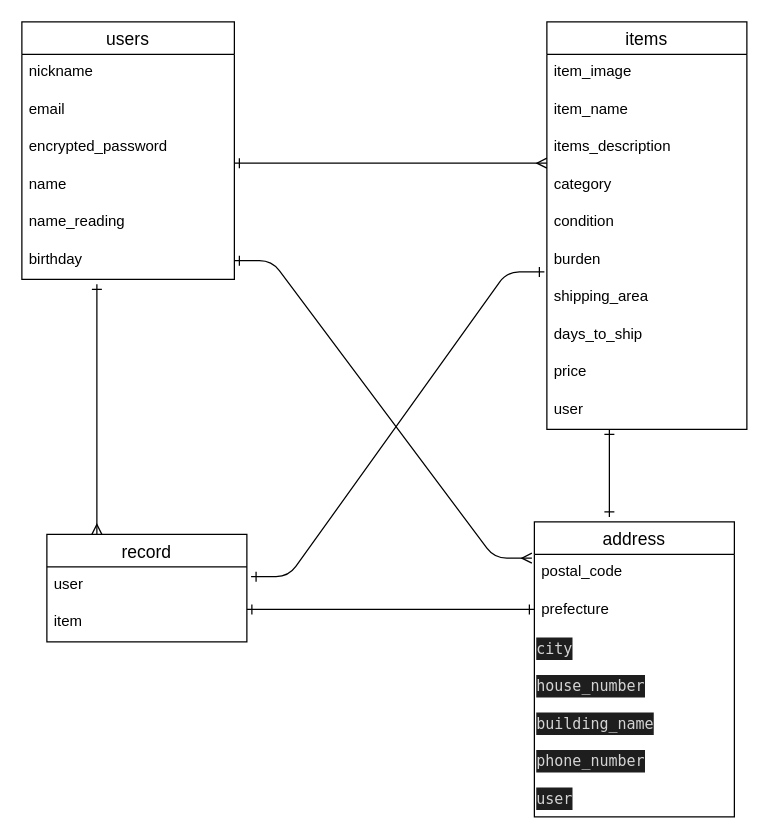
Before: furima.dio in corhydrae7bd/furima-35857, a draw.io diagram. Source tidied: cells renumbered, new cells numbered last; positions are measured from the earlier drawing's top-left corner, leaving out a move shared by most shapes. Both pictures are drawn from the tidied source at 125%, with x=0, y=0 at pixel (21, 21).
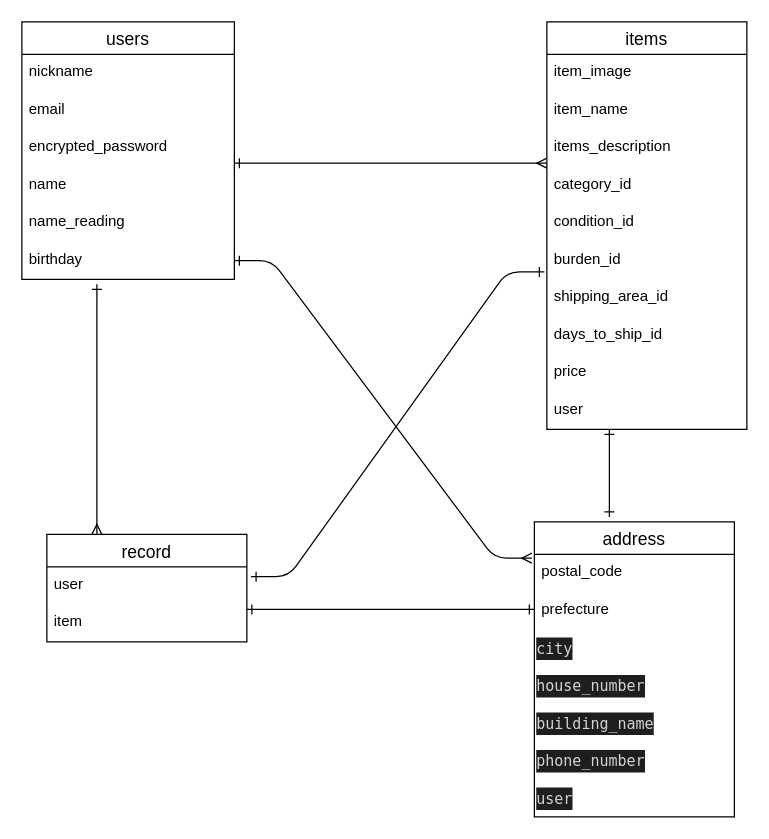
After the change.

Commit message (it also covers changes not shown here):
DB設計の修正

The change refers to these unchanged cells:
```xml
<mxCell id="9" value="items" style="swimlane;fontStyle=0;horizontal=1;startSize=26;align=center;fontSize=14;" parent="1" vertex="1">
  <mxGeometry x="420" width="160" height="326" as="geometry" />
</mxCell>
```

The edit, as a diff of the source:
```diff
@@
-    <mxCell id="13" value="category" style="text;strokeColor=none;fillColor=none;spacingLeft=4;spacingRight=4;overflow=hidden;fontSize=12;" parent="9" vertex="1">
+    <mxCell id="13" value="category_id" style="text;strokeColor=none;fillColor=none;spacingLeft=4;spacingRight=4;overflow=hidden;fontSize=12;" parent="9" vertex="1">
       <mxGeometry y="116" width="160" height="30" as="geometry" />
     </mxCell>
-    <mxCell id="14" value="condition" style="text;strokeColor=none;fillColor=none;spacingLeft=4;spacingRight=4;overflow=hidden;fontSize=12;" parent="9" vertex="1">
+    <mxCell id="14" value="condition_id" style="text;strokeColor=none;fillColor=none;spacingLeft=4;spacingRight=4;overflow=hidden;fontSize=12;" parent="9" vertex="1">
       <mxGeometry y="146" width="160" height="30" as="geometry" />
     </mxCell>
-    <mxCell id="15" value="burden" style="text;strokeColor=none;fillColor=none;spacingLeft=4;spacingRight=4;overflow=hidden;fontSize=12;" parent="9" vertex="1">
+    <mxCell id="15" value="burden_id" style="text;strokeColor=none;fillColor=none;spacingLeft=4;spacingRight=4;overflow=hidden;fontSize=12;" parent="9" vertex="1">
       <mxGeometry y="176" width="160" height="30" as="geometry" />
     </mxCell>
-    <mxCell id="16" value="shipping_area" style="text;strokeColor=none;fillColor=none;spacingLeft=4;spacingRight=4;overflow=hidden;fontSize=12;" parent="9" vertex="1">
+    <mxCell id="16" value="shipping_area_id" style="text;strokeColor=none;fillColor=none;spacingLeft=4;spacingRight=4;overflow=hidden;fontSize=12;" parent="9" vertex="1">
       <mxGeometry y="206" width="160" height="30" as="geometry" />
     </mxCell>
-    <mxCell id="17" value="days_to_ship" style="text;strokeColor=none;fillColor=none;spacingLeft=4;spacingRight=4;overflow=hidden;fontSize=12;" parent="9" vertex="1">
+    <mxCell id="17" value="days_to_ship_id" style="text;strokeColor=none;fillColor=none;spacingLeft=4;spacingRight=4;overflow=hidden;fontSize=12;" parent="9" vertex="1">
       <mxGeometry y="236" width="160" height="30" as="geometry" />
     </mxCell>
```
